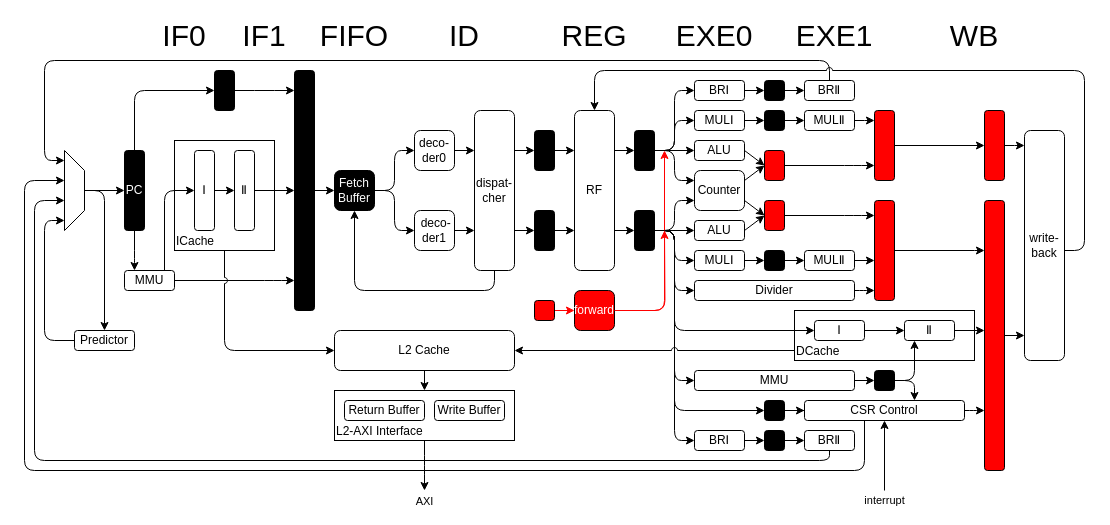
caochenrui/Draw.io keeps this draw.io diagram as 未命名绘图4.drawio. Above is the earlier version. Source tidied: cells renumbered, new cells numbered last; positions are measured from the earlier drawing's top-left corner, leaving out a move shared by most shapes. Both pictures are drawn from the tidied source at 100%, with x=0, y=0 at pixel (24, 20).
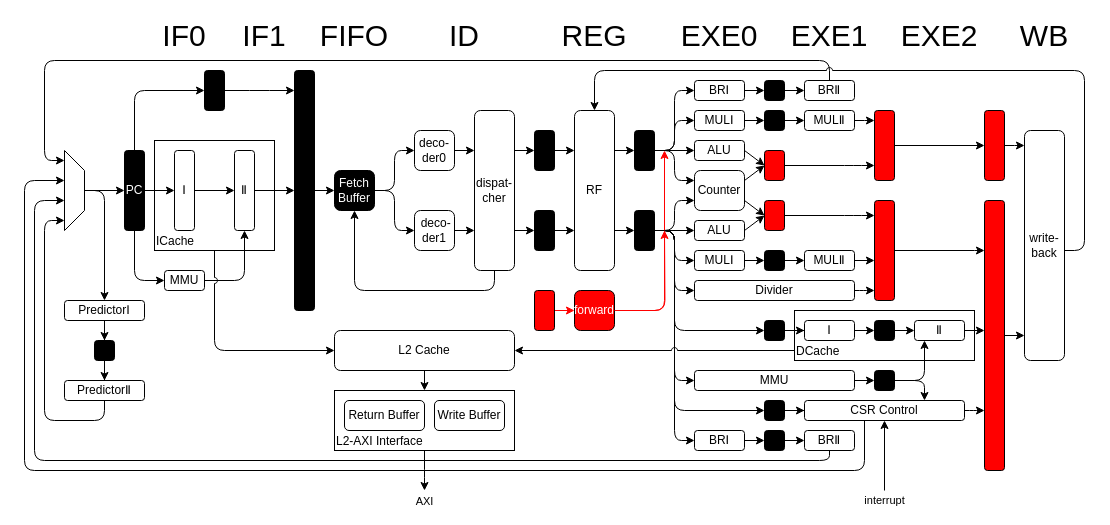
The same page after the edit.

Commit message (it also covers changes not shown here):
更新未命名绘图4.drawio

The change refers to these unchanged cells:
```xml
<mxCell id="4" value="PC" style="rounded=1;whiteSpace=wrap;html=1;fillColor=#000000;fontColor=#FFFFFF;direction=east;glass=0;shadow=0;" parent="1" vertex="1">
  <mxGeometry x="100" y="130" width="20" height="80" as="geometry" />
</mxCell>
<mxCell id="9" value="Ⅱ" style="whiteSpace=wrap;html=1;fillColor=default;fontColor=default;rounded=1;" parent="1" vertex="1">
  <mxGeometry x="210" y="130" width="20" height="80" as="geometry" />
</mxCell>
<mxCell id="11" style="whiteSpace=wrap;html=1;fillColor=#000000;fontColor=default;rounded=1;" parent="1" vertex="1">
  <mxGeometry x="270" y="50" width="20" height="240" as="geometry" />
</mxCell>
<mxCell id="42" style="whiteSpace=wrap;html=1;fillColor=#000000;fontColor=default;rounded=1;" parent="1" vertex="1">
  <mxGeometry x="610" y="190" width="20" height="40" as="geometry" />
</mxCell>
<mxCell id="66" value="CSR Control" style="rounded=1;whiteSpace=wrap;html=1;" parent="1" vertex="1">
  <mxGeometry x="780" y="380" width="160" height="20" as="geometry" />
</mxCell>
<mxCell id="130" style="whiteSpace=wrap;html=1;fillColor=#000000;fontColor=default;rounded=1;" parent="1" vertex="1">
  <mxGeometry x="850" y="350" width="20" height="20" as="geometry" />
</mxCell>
```

Diff of the diagram source:
```diff
@@
+    <mxCell id="3" style="edgeStyle=orthogonalEdgeStyle;rounded=1;jettySize=auto;html=1;" parent="1" edge="1" source="4" target="80">
+      <mxGeometry relative="1" as="geometry">
+        <Array as="points">
+          <mxPoint x="110" y="70" />
+        </Array>
+      </mxGeometry>
+    </mxCell>
     <mxCell id="2" style="edgeStyle=orthogonalEdgeStyle;rounded=1;jettySize=auto;html=1;exitX=0.5;exitY=1;exitDx=0;exitDy=0;" parent="1" edge="1" source="4" target="83">
       <mxGeometry relative="1" as="geometry">
         <Array as="points">
-          <mxPoint x="110" y="240" />
-          <mxPoint x="110" y="240" />
+          <mxPoint x="110" y="260" />
         </Array>
       </mxGeometry>
     </mxCell>
-    <mxCell id="3" style="edgeStyle=orthogonalEdgeStyle;rounded=1;jettySize=auto;html=1;" parent="1" edge="1" source="4" target="80">
-      <mxGeometry relative="1" as="geometry">
-        <Array as="points">
-          <mxPoint x="110" y="70" />
-        </Array>
-      </mxGeometry>
-    </mxCell>
@@
     <mxCell id="5" value="ICache" style="rounded=0;whiteSpace=wrap;html=1;fillColor=none;fontColor=default;labelBackgroundColor=none;labelPosition=center;verticalLabelPosition=middle;align=left;verticalAlign=bottom;" parent="1" vertex="1">
-      <mxGeometry x="150" y="120" width="100" height="110" as="geometry" />
+      <mxGeometry x="130" y="120" width="120" height="110" as="geometry" />
     </mxCell>
@@
     <mxCell id="7" value="Ⅰ" style="whiteSpace=wrap;html=1;fillColor=default;fontColor=default;rounded=1;" parent="1" vertex="1">
-      <mxGeometry x="170" y="130" width="20" height="80" as="geometry" />
+      <mxGeometry x="150" y="130" width="20" height="80" as="geometry" />
     </mxCell>
@@
-    <mxCell id="40" style="edgeStyle=orthogonalEdgeStyle;rounded=1;jettySize=auto;html=1;exitX=1;exitY=0.5;exitDx=0;exitDy=0;" parent="1" edge="1" source="42" target="85">
-      <mxGeometry relative="1" as="geometry">
-        <Array as="points">
-          <mxPoint x="650" y="210" />
-          <mxPoint x="650" y="310" />
-        </Array>
-      </mxGeometry>
-    </mxCell>
@@
+    <mxCell id="138" style="edgeStyle=orthogonalEdgeStyle;rounded=1;jettySize=auto;html=1;exitX=1;exitY=0.5;exitDx=0;exitDy=0;" parent="1" edge="1" source="42" target="142">
+      <mxGeometry relative="1" as="geometry">
+        <Array as="points">
+          <mxPoint x="650" y="210" />
+          <mxPoint x="650" y="310" />
+        </Array>
+      </mxGeometry>
+    </mxCell>
@@
     <mxCell id="76" style="edgeStyle=orthogonalEdgeStyle;rounded=1;jettySize=auto;html=1;" parent="1" edge="1" source="130" target="88">
       <mxGeometry relative="1" as="geometry">
         <Array as="points">
-          <mxPoint x="890" y="360" />
+          <mxPoint x="900" y="360" />
         </Array>
       </mxGeometry>
     </mxCell>
     <mxCell id="77" style="edgeStyle=orthogonalEdgeStyle;rounded=1;jettySize=auto;html=1;" parent="1" edge="1" source="130" target="66">
       <mxGeometry relative="1" as="geometry">
         <Array as="points">
-          <mxPoint x="890" y="360" />
+          <mxPoint x="900" y="360" />
         </Array>
       </mxGeometry>
     </mxCell>
@@
     <mxCell id="80" style="rounded=1;whiteSpace=wrap;html=1;fillColor=#000000;" parent="1" vertex="1">
-      <mxGeometry x="190" y="50" width="20" height="40" as="geometry" />
+      <mxGeometry x="180" y="50" width="20" height="40" as="geometry" />
     </mxCell>
-    <mxCell id="81" style="edgeStyle=orthogonalEdgeStyle;rounded=1;jettySize=auto;html=1;entryX=0;entryY=0.5;entryDx=0;entryDy=0;" parent="1" edge="1" source="83" target="7">
+    <mxCell id="81" style="edgeStyle=orthogonalEdgeStyle;rounded=1;jettySize=auto;html=1;entryX=0;entryY=0.5;entryDx=0;entryDy=0;" parent="1" edge="1" source="4" target="7">
       <mxGeometry relative="1" as="geometry">
         <Array as="points">
-          <mxPoint x="140" y="170" />
+          <mxPoint x="110" y="170" />
         </Array>
       </mxGeometry>
     </mxCell>
-    <mxCell id="82" style="edgeStyle=orthogonalEdgeStyle;rounded=1;jettySize=auto;html=1;exitX=1;exitY=0.5;exitDx=0;exitDy=0;jumpStyle=none;" parent="1" edge="1" source="83" target="11">
-      <mxGeometry relative="1" as="geometry">
-        <Array as="points">
-          <mxPoint x="250" y="260" />
-          <mxPoint x="250" y="260" />
-        </Array>
-      </mxGeometry>
-    </mxCell>
+    <mxCell id="139" style="edgeStyle=orthogonalEdgeStyle;rounded=1;jettySize=auto;html=1;exitX=1;exitY=0.5;exitDx=0;exitDy=0;" parent="1" edge="1" source="83" target="9">
+      <mxGeometry relative="1" as="geometry" />
+    </mxCell>
     <mxCell id="83" value="MMU" style="rounded=1;whiteSpace=wrap;html=1;" parent="1" vertex="1">
-      <mxGeometry x="100" y="250" width="50" height="20" as="geometry" />
+      <mxGeometry x="140" y="250" width="40" height="20" as="geometry" />
     </mxCell>
-    <mxCell id="84" style="edgeStyle=orthogonalEdgeStyle;rounded=1;jettySize=auto;html=1;exitX=1;exitY=0.5;exitDx=0;exitDy=0;entryX=0;entryY=0.5;entryDx=0;entryDy=0;" parent="1" edge="1" source="85" target="88">
+    <mxCell id="84" style="edgeStyle=orthogonalEdgeStyle;rounded=1;jettySize=auto;html=1;exitX=1;exitY=0.5;exitDx=0;exitDy=0;entryX=0;entryY=0.5;entryDx=0;entryDy=0;" parent="1" edge="1" source="144" target="88">
       <mxGeometry relative="1" as="geometry" />
     </mxCell>
     <mxCell id="85" value="Ⅰ" style="rounded=1;whiteSpace=wrap;html=1;" parent="1" vertex="1">
-      <mxGeometry x="790" y="300" width="50" height="20" as="geometry" />
+      <mxGeometry x="780" y="300" width="50" height="20" as="geometry" />
     </mxCell>
@@
     <mxCell id="88" value="Ⅱ" style="rounded=1;whiteSpace=wrap;html=1;" parent="1" vertex="1">
-      <mxGeometry x="880" y="300" width="50" height="20" as="geometry" />
+      <mxGeometry x="890" y="300" width="50" height="20" as="geometry" />
     </mxCell>
@@
-    <mxCell id="91" value="interrupt" style="endArrow=classic;html=1;rounded=1;" parent="1" edge="1" target="66">
+    <mxCell id="91" value="interrupt" style="endArrow=classic;html=1;rounded=1;" parent="1" edge="1">
       <mxGeometry x="-1" y="-10" relative="1" as="geometry">
         <mxPoint x="860" y="470" as="sourcePoint" />
+        <mxPoint x="860" y="400" as="targetPoint" />
         <mxPoint x="-10" y="10" as="offset" />
       </mxGeometry>
     </mxCell>
-    <mxCell id="92" style="edgeStyle=orthogonalEdgeStyle;rounded=1;jettySize=auto;html=1;" parent="1" edge="1" source="93">
-      <mxGeometry relative="1" as="geometry">
-        <mxPoint x="40" y="200" as="targetPoint" />
-        <Array as="points">
-          <mxPoint x="20" y="320" />
-          <mxPoint x="20" y="200" />
-        </Array>
-      </mxGeometry>
-    </mxCell>
+    <mxCell id="140" style="edgeStyle=orthogonalEdgeStyle;rounded=0;jettySize=auto;html=1;exitX=0.5;exitY=1;exitDx=0;exitDy=0;" parent="1" edge="1" source="93" target="149">
+      <mxGeometry relative="1" as="geometry" />
+    </mxCell>
-    <mxCell id="93" value="Predictor" style="rounded=1;whiteSpace=wrap;html=1;" parent="1" vertex="1">
-      <mxGeometry x="50" y="310" width="60" height="20" as="geometry" />
+    <mxCell id="93" value="PredictorⅠ" style="rounded=1;whiteSpace=wrap;html=1;" parent="1" vertex="1">
+      <mxGeometry x="40" y="280" width="80" height="20" as="geometry" />
     </mxCell>
@@
     <mxCell id="110" style="rounded=1;whiteSpace=wrap;html=1;fillColor=#FF0000;" parent="1" vertex="1">
-      <mxGeometry x="510" y="280" width="20" height="20" as="geometry" />
+      <mxGeometry x="510" y="270" width="20" height="40" as="geometry" />
     </mxCell>
@@
     <mxCell id="120" value="EXE0" style="text;html=1;strokeColor=none;fillColor=none;align=center;verticalAlign=middle;whiteSpace=wrap;rounded=0;strokeWidth=1;fontSize=30;" parent="1" vertex="1">
-      <mxGeometry x="660" width="60" height="30" as="geometry" />
+      <mxGeometry x="660" width="70" height="30" as="geometry" />
     </mxCell>
     <mxCell id="121" value="EXE1" style="text;html=1;strokeColor=none;fillColor=none;align=center;verticalAlign=middle;whiteSpace=wrap;rounded=0;strokeWidth=1;fontSize=30;" parent="1" vertex="1">
-      <mxGeometry x="780" width="60" height="30" as="geometry" />
+      <mxGeometry x="770" width="70" height="30" as="geometry" />
     </mxCell>
-    <mxCell id="122" value="WB" style="text;html=1;strokeColor=none;fillColor=none;align=center;verticalAlign=middle;whiteSpace=wrap;rounded=0;strokeWidth=1;fontSize=30;" parent="1" vertex="1">
-      <mxGeometry x="920" width="60" height="30" as="geometry" />
+    <mxCell id="122" value="EXE2" style="text;html=1;strokeColor=none;fillColor=none;align=center;verticalAlign=middle;whiteSpace=wrap;rounded=0;strokeWidth=1;fontSize=30;" parent="1" vertex="1">
+      <mxGeometry x="880" width="70" height="30" as="geometry" />
     </mxCell>
@@
     <mxCell id="124" value="L2-AXI Interface" style="rounded=0;whiteSpace=wrap;html=1;align=left;verticalAlign=bottom;" parent="1" vertex="1">
-      <mxGeometry x="310" y="370" width="180" height="50" as="geometry" />
+      <mxGeometry x="310" y="370" width="180" height="60" as="geometry" />
     </mxCell>
     <mxCell id="125" value="Write Buffer" style="rounded=1;whiteSpace=wrap;html=1;" parent="1" vertex="1">
-      <mxGeometry x="410" y="380" width="70" height="20" as="geometry" />
+      <mxGeometry x="410" y="380" width="70" height="30" as="geometry" />
     </mxCell>
     <mxCell id="126" value="Return Buffer" style="rounded=1;whiteSpace=wrap;html=1;" parent="1" vertex="1">
-      <mxGeometry x="320" y="380" width="80" height="20" as="geometry" />
+      <mxGeometry x="320" y="380" width="80" height="30" as="geometry" />
     </mxCell>
@@
+    <mxCell id="141" style="edgeStyle=orthogonalEdgeStyle;rounded=0;jettySize=auto;html=1;exitX=1;exitY=0.5;exitDx=0;exitDy=0;" parent="1" edge="1" source="142" target="85">
+      <mxGeometry relative="1" as="geometry" />
+    </mxCell>
+    <mxCell id="142" style="whiteSpace=wrap;html=1;fillColor=#000000;fontColor=default;rounded=1;" parent="1" vertex="1">
+      <mxGeometry x="740" y="300" width="20" height="20" as="geometry" />
+    </mxCell>
+    <mxCell id="143" style="edgeStyle=orthogonalEdgeStyle;rounded=1;jettySize=auto;html=1;exitX=1;exitY=0.5;exitDx=0;exitDy=0;entryX=0;entryY=0.5;entryDx=0;entryDy=0;" parent="1" edge="1" source="85" target="144">
+      <mxGeometry relative="1" as="geometry" />
+    </mxCell>
+    <mxCell id="144" style="whiteSpace=wrap;html=1;fillColor=#000000;fontColor=default;rounded=1;" parent="1" vertex="1">
+      <mxGeometry x="850" y="300" width="20" height="20" as="geometry" />
+    </mxCell>
+    <mxCell id="145" value="WB" style="text;html=1;strokeColor=none;fillColor=none;align=center;verticalAlign=middle;whiteSpace=wrap;rounded=0;strokeWidth=1;fontSize=30;" parent="1" vertex="1">
+      <mxGeometry x="990" width="60" height="30" as="geometry" />
+    </mxCell>
+    <mxCell id="146" style="edgeStyle=orthogonalEdgeStyle;rounded=1;jettySize=auto;html=1;exitX=0.5;exitY=1;exitDx=0;exitDy=0;" parent="1" edge="1" source="147">
+      <mxGeometry relative="1" as="geometry">
+        <mxPoint x="40" y="200" as="targetPoint" />
+        <Array as="points">
+          <mxPoint x="80" y="400" />
+          <mxPoint x="20" y="400" />
+          <mxPoint x="20" y="200" />
+        </Array>
+      </mxGeometry>
+    </mxCell>
+    <mxCell id="147" value="PredictorⅡ" style="rounded=1;whiteSpace=wrap;html=1;" parent="1" vertex="1">
+      <mxGeometry x="40" y="360" width="80" height="20" as="geometry" />
+    </mxCell>
+    <mxCell id="148" style="edgeStyle=orthogonalEdgeStyle;rounded=0;jettySize=auto;html=1;exitX=0.5;exitY=1;exitDx=0;exitDy=0;" parent="1" edge="1" source="149" target="147">
+      <mxGeometry relative="1" as="geometry" />
+    </mxCell>
+    <mxCell id="149" style="rounded=1;whiteSpace=wrap;html=1;fillColor=#000000;" parent="1" vertex="1">
+      <mxGeometry x="70" y="320" width="20" height="20" as="geometry" />
+    </mxCell>
```
